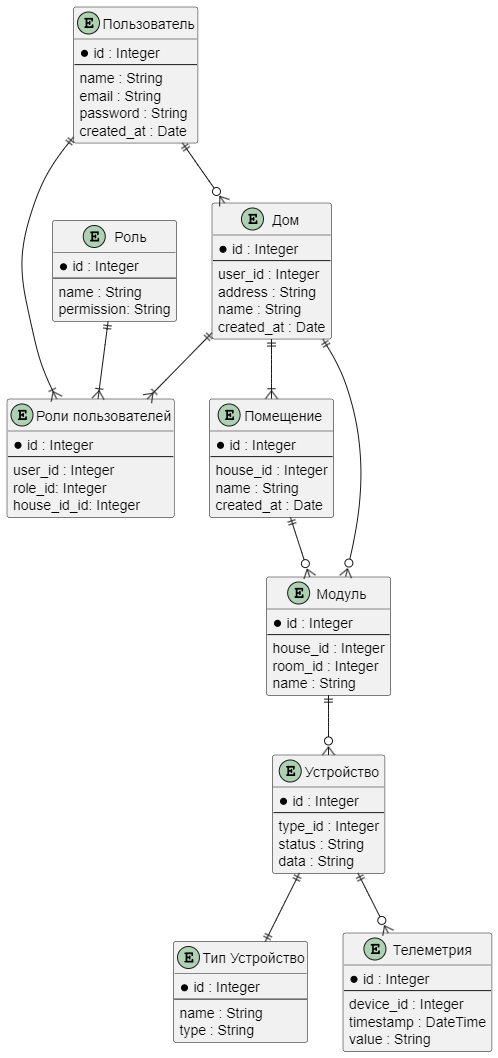
VZMDeadAngel/architecture-sprint-3 keeps this PlantUML diagram as images/er1.png. Above is the earlier version. Its source is kept beside it as diagrams/er1.puml. Source of this version:
```plantuml
@startuml

entity "Пользователь" as User {
    * id : Integer
    --
    name : String
    email : String
    password : String
    created_at : Date
}

entity "Роли пользователей" as UserRole {
    * id : Integer
    --
    user_id : Integer
    role_id: Integer
    house_id_id: Integer
}

entity "Роль" as Role {
    * id : Integer
    --
    name : String
    permission: String
}

entity "Дом " as House {
    * id : Integer
    --
    user_id : Integer
    address : String
    name : String
    created_at : Date
}

entity "Помещение " as Room {
    * id : Integer
    --
    house_id : Integer
    name : String
    created_at : Date
}

entity "Модуль " as Module {
    * id : Integer
    --
    house_id : Integer
    room_id : Integer
    name : String
}

entity "Устройство" as Device {
    * id : Integer
    --
    type_id : Integer
    status : String
    data : String
}

entity "Тип Устройство" as DeviceType {
    * id : Integer
    --
    name : String
    type : String
}

entity "Телеметрия" as TelemetryData {
    * id : Integer
    --
    device_id : Integer
    timestamp : DateTime
    value : String
}

User ||--|{UserRole
Role ||--|{ UserRole
House ||--|{UserRole
House ||--|{Room

User ||--o{ House
House ||--o{ Module
Room ||--o{ Module

Module ||--o{ Device
Device ||--|| DeviceType
Device ||--o{ TelemetryData

@enduml
```
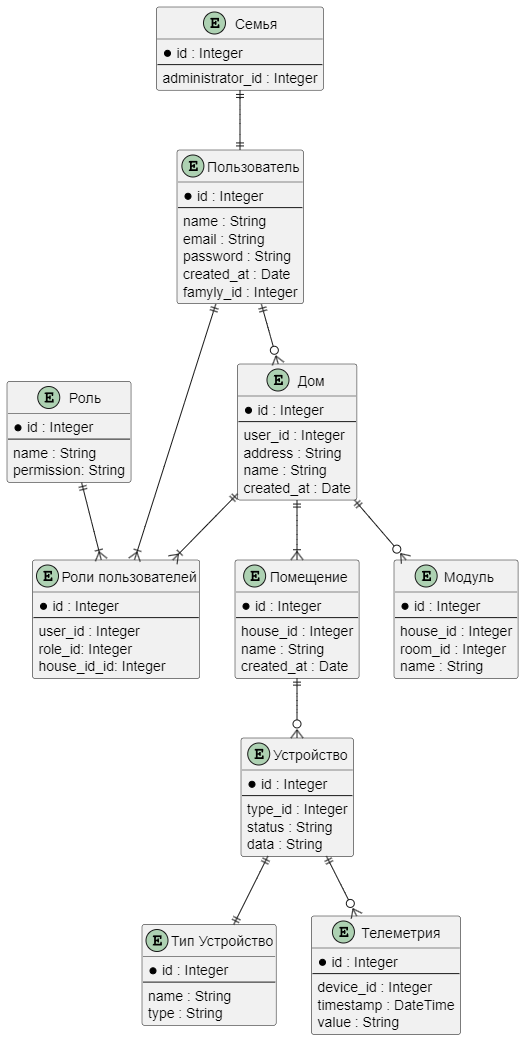
Above is the later version.

The edit, as a diff of the source:
```diff
@@ -7,6 +7,13 @@
     email : String
     password : String
     created_at : Date
+    famyly_id : Integer
+}
+
+entity "Семья" as Family {
+    * id : Integer
+    --
+    administrator_id : Integer
 }
 
 entity "Роли пользователей" as UserRole {
@@ -72,16 +79,17 @@
     value : String
 }
 
-User ||--|{UserRole
+User ||--|{ UserRole
 Role ||--|{ UserRole
-House ||--|{UserRole
-House ||--|{Room
+House ||--|{ UserRole
+House ||--|{ Room
+
+Family ||--|| User
 
 User ||--o{ House
 House ||--o{ Module
-Room ||--o{ Module
 
-Module ||--o{ Device
+Room ||--o{ Device
 Device ||--|| DeviceType
 Device ||--o{ TelemetryData
 
```
